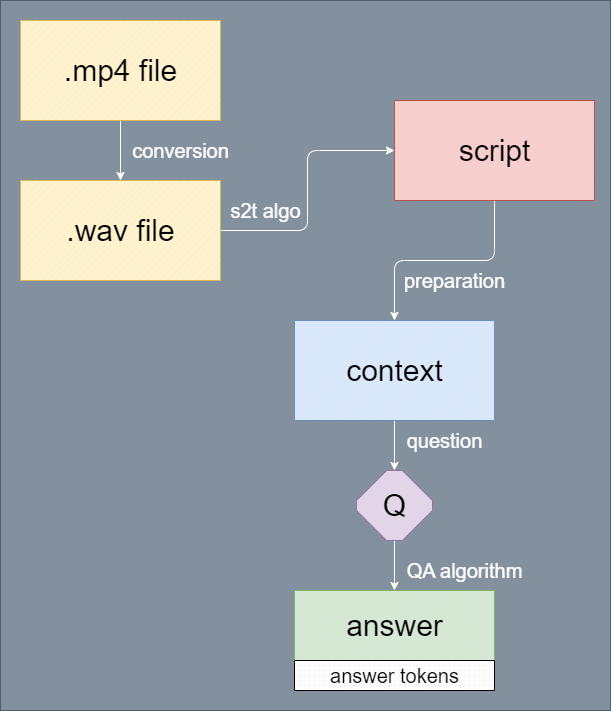
Above: src/eduVid/docs/images/diagram.png in Programmierpraktikum-MVA/big-brother (draw.io), before the change. Source tidied: cells renumbered, new cells last; positions are measured from the earlier drawing's top-left corner, leaving out a move shared by most shapes.
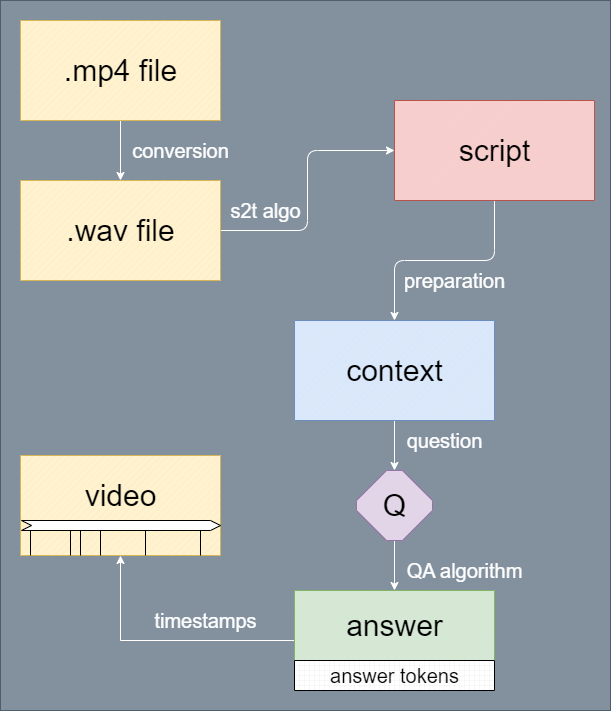
After the change.

Change to the diagram source:
```diff
@@ -62,6 +62,9 @@
     <mxCell id="21" value="&lt;font style=&quot;font-size: 20px;&quot;&gt;question&lt;/font&gt;" style="text;html=1;align=center;verticalAlign=middle;strokeColor=none;fillColor=none;rounded=1;fontColor=#FFFFFF;" parent="1" vertex="1">
       <mxGeometry x="394" y="420" width="100" height="40" as="geometry" />
     </mxCell>
+    <mxCell id="27" style="edgeStyle=orthogonalEdgeStyle;rounded=0;jettySize=auto;html=1;entryX=0.5;entryY=1;entryDx=0;entryDy=0;entryPerimeter=0;strokeColor=#FFFFFF;" parent="1" edge="1" source="22" target="28">
+      <mxGeometry relative="1" as="geometry" />
+    </mxCell>
     <mxCell id="22" style="verticalLabelPosition=bottom;verticalAlign=top;html=1;shape=mxgraph.basic.patternFillRect;fillStyle=diag;step=5;fillStrokeWidth=0.2;fillStrokeColor=#dddddd;fillColor=#d5e8d4;strokeColor=#82b366;rounded=1;" parent="1" vertex="1">
       <mxGeometry x="294" y="590" width="200" height="100" as="geometry" />
     </mxCell>
@@ -77,5 +80,26 @@
     <mxCell id="26" value="&lt;font style=&quot;font-size: 20px;&quot;&gt;answer tokens&lt;/font&gt;" style="text;html=1;align=center;verticalAlign=middle;strokeColor=none;fillColor=none;rounded=1;" parent="1" vertex="1">
       <mxGeometry x="319" y="655" width="150" height="40" as="geometry" />
     </mxCell>
+    <mxCell id="28" style="verticalLabelPosition=bottom;verticalAlign=top;html=1;shape=mxgraph.basic.patternFillRect;fillStyle=diag;step=5;fillStrokeWidth=0.2;fillStrokeColor=#dddddd;fillColor=#fff2cc;strokeColor=#d6b656;" parent="1" vertex="1">
+      <mxGeometry x="20" y="455" width="200" height="100" as="geometry" />
+    </mxCell>
+    <mxCell id="29" value="&lt;font style=&quot;font-size: 30px;&quot;&gt;video&lt;/font&gt;" style="text;html=1;align=center;verticalAlign=middle;strokeColor=none;fillColor=none;" parent="1" vertex="1">
+      <mxGeometry x="70" y="470" width="100" height="50" as="geometry" />
+    </mxCell>
+    <mxCell id="30" value="&lt;font color=&quot;#ffffff&quot; style=&quot;font-size: 20px;&quot;&gt;timestamps&lt;/font&gt;" style="text;html=1;align=center;verticalAlign=middle;strokeColor=none;fillColor=none;" parent="1" vertex="1">
+      <mxGeometry x="140" y="600" width="130" height="40" as="geometry" />
+    </mxCell>
+    <mxCell id="31" style="shape=partialRectangle;whiteSpace=wrap;html=1;top=0;bottom=0;fillColor=none;" parent="1" vertex="1">
+      <mxGeometry x="30" y="520" width="40" height="35" as="geometry" />
+    </mxCell>
+    <mxCell id="32" style="shape=partialRectangle;whiteSpace=wrap;html=1;top=0;bottom=0;fillColor=none;" parent="1" vertex="1">
+      <mxGeometry x="80" y="520" width="20" height="35" as="geometry" />
+    </mxCell>
+    <mxCell id="33" style="shape=partialRectangle;whiteSpace=wrap;html=1;top=0;bottom=0;fillColor=none;" parent="1" vertex="1">
+      <mxGeometry x="145" y="520" width="55" height="35" as="geometry" />
+    </mxCell>
+    <mxCell id="34" style="html=1;shadow=0;dashed=0;align=center;verticalAlign=middle;shape=mxgraph.arrows2.arrow;dy=0;dx=10;notch=10;" parent="1" vertex="1">
+      <mxGeometry x="21" y="520" width="199" height="10" as="geometry" />
+    </mxCell>
   </root>
 </mxGraphModel>
```
